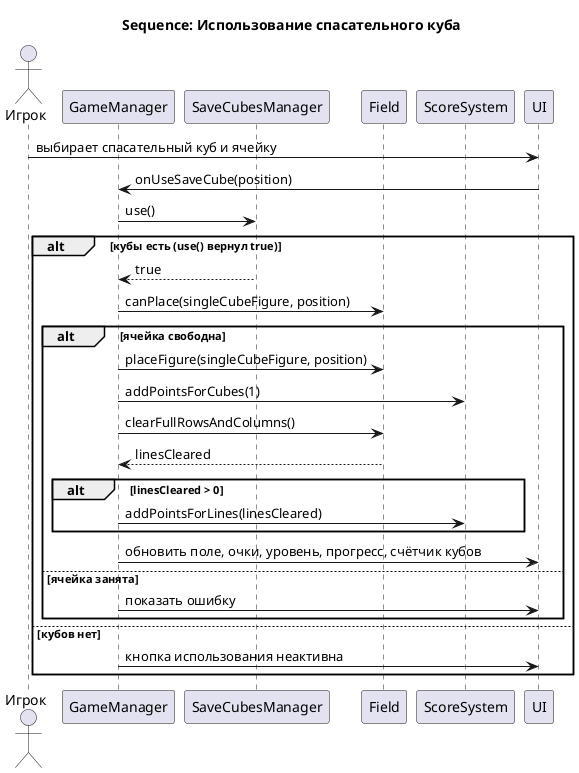
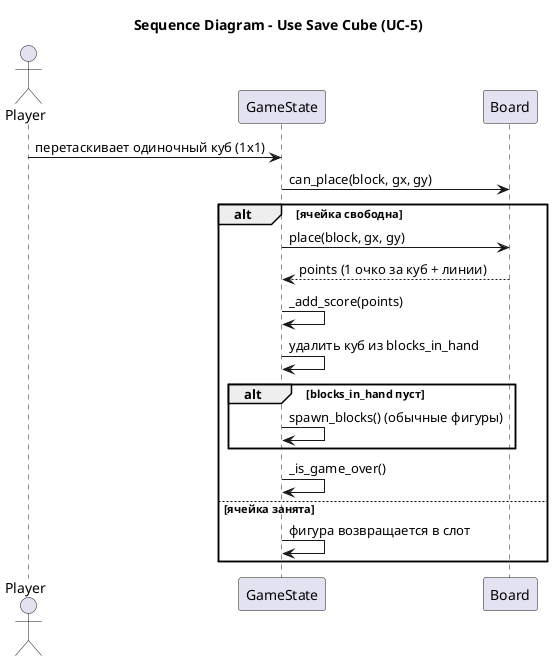
@startuml
- title Sequence: Использование спасательного куба
+ title Sequence Diagram - Use Save Cube (UC-5)

- actor "Игрок" as Player
- participant "GameManager" as GM
- participant "SaveCubesManager" as SC
- participant "Field" as F
- participant "ScoreSystem" as SS
- participant "UI" as UI
+ actor "Player" as P
+ participant "GameState" as GS
+ participant "Board" as B

- Player -> UI: выбирает спасательный куб и ячейку
- UI -> GM: onUseSaveCube(position)
- GM -> SC: use()
- alt кубы есть (use() вернул true)
-     SC --> GM: true
-     GM -> F: canPlace(singleCubeFigure, position)
-     alt ячейка свободна
-         GM -> F: placeFigure(singleCubeFigure, position)
-         GM -> SS: addPointsForCubes(1)
-         GM -> F: clearFullRowsAndColumns()
-         F --> GM: linesCleared
-         alt linesCleared > 0
-             GM -> SS: addPointsForLines(linesCleared)
-         end
-         GM -> UI: обновить поле, очки, уровень, прогресс, счётчик кубов
-     else ячейка занята
-         GM -> UI: показать ошибку
+ P -> GS : перетаскивает одиночный куб (1x1)
+ GS -> B : can_place(block, gx, gy)
+ alt ячейка свободна
+     GS -> B : place(block, gx, gy)
+     B --> GS : points (1 очко за куб + линии)
+     GS -> GS : _add_score(points)
+     GS -> GS : удалить куб из blocks_in_hand
+     alt blocks_in_hand пуст
+         GS -> GS : spawn_blocks() (обычные фигуры)
    end
- else кубов нет
-     GM -> UI: кнопка использования неактивна
+     GS -> GS : _is_game_over()
+ else ячейка занята
+     GS -> GS : фигура возвращается в слот
end
@enduml
